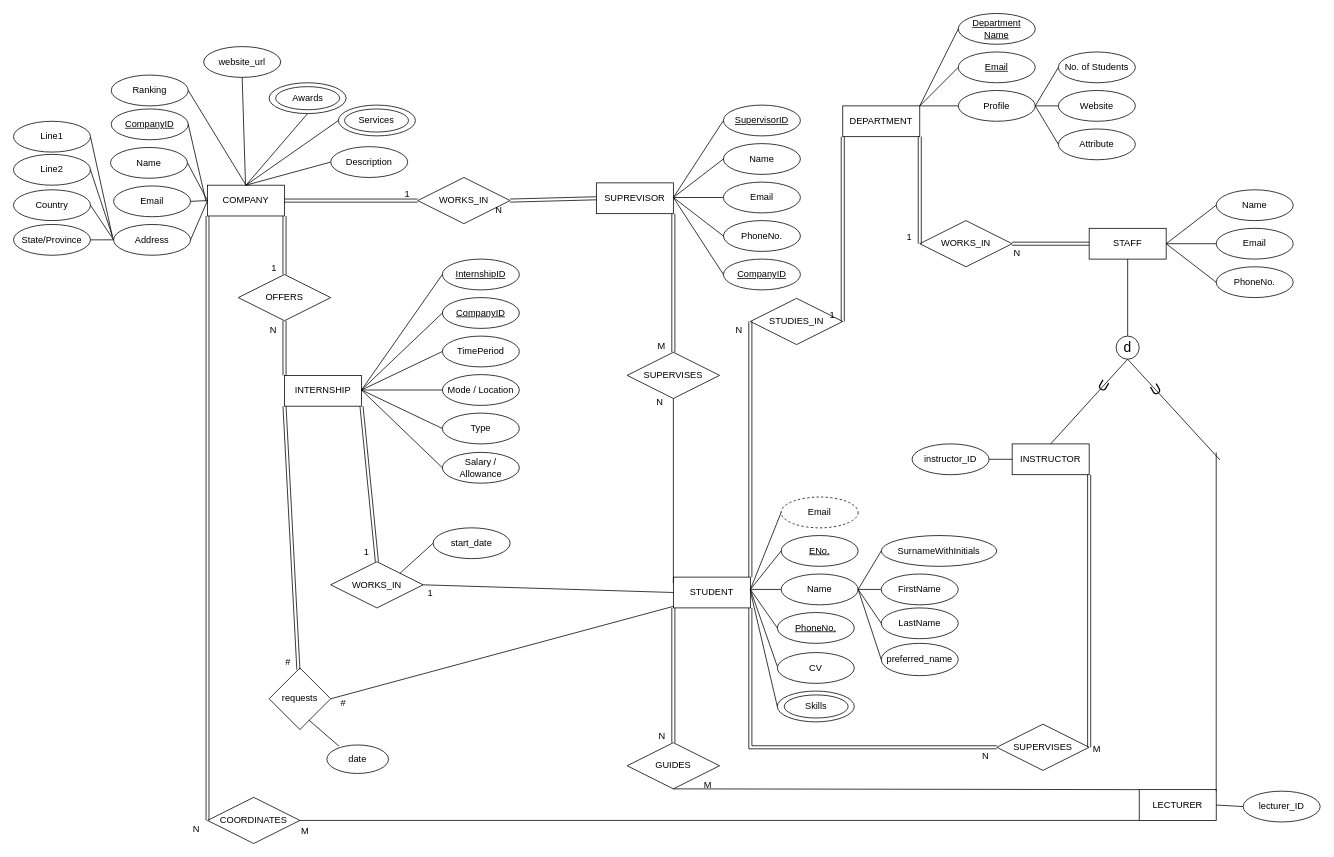
This is ER Diagram/ER_DIAGRAM2.drawio from ishanfdo18098/CO226-Database-Project, a draw.io file, before an edit. Source tidied: cells renumbered, new cells numbered last; positions are measured from the earlier drawing's top-left corner, leaving out a move shared by most shapes. Both pictures are drawn from the tidied source at 77%, with x=0, y=0 at pixel (13, 13).
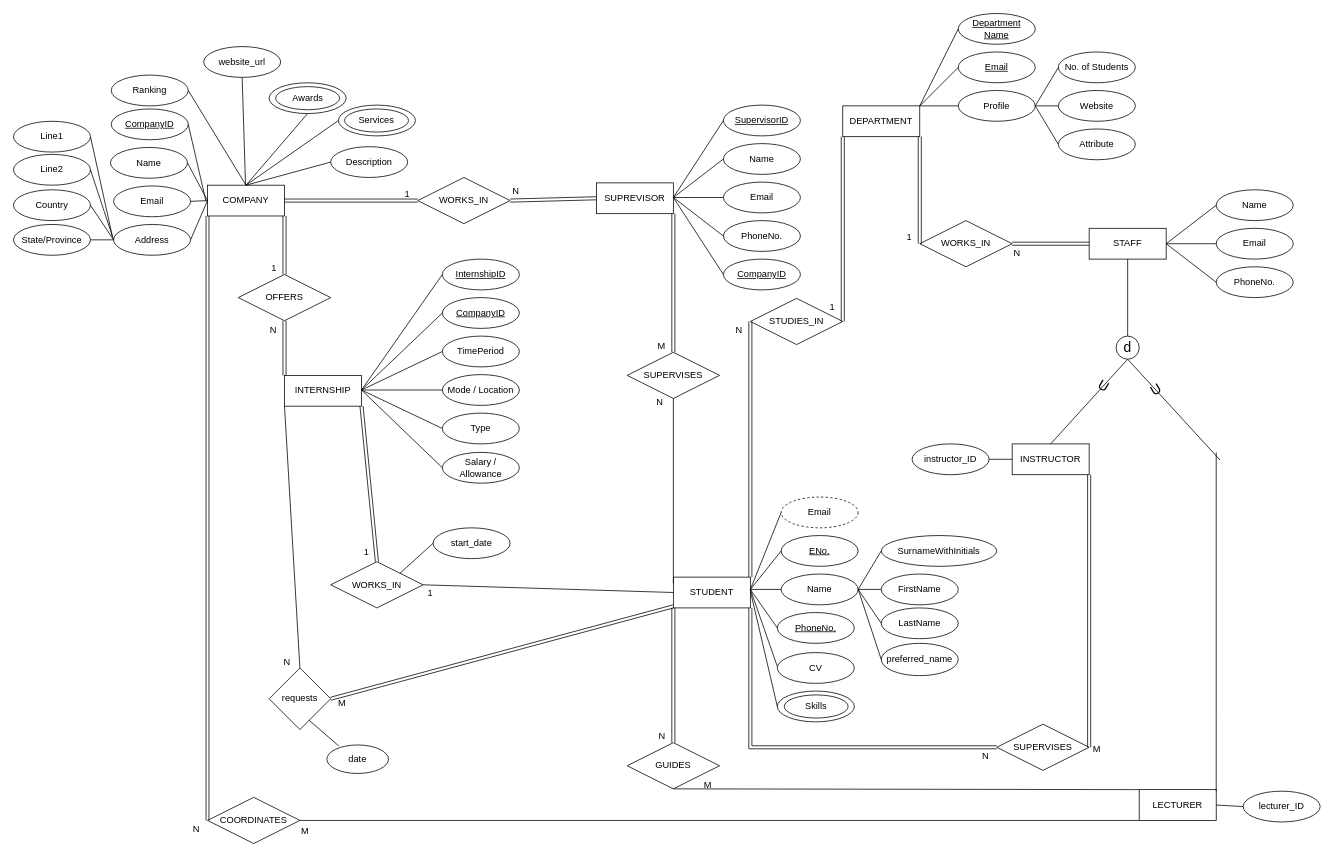
The same page after the edit.

The change refers to these unchanged cells:
```xml
<mxCell id="9" value="INTERNSHIP" style="whiteSpace=wrap;html=1;align=center;" parent="1" vertex="1">
  <mxGeometry x="352" y="470" width="100" height="40" as="geometry" />
</mxCell>
<mxCell id="18" style="shape=link;html=1;rounded=0;exitX=0;exitY=0.5;exitDx=0;exitDy=0;entryX=1;entryY=0.5;entryDx=0;entryDy=0;" parent="1" edge="1" source="3" target="15">
  <mxGeometry relative="1" as="geometry" />
</mxCell>
<mxCell id="27" style="shape=link;html=1;rounded=0;exitX=0;exitY=1;exitDx=0;exitDy=0;entryX=1;entryY=0.5;entryDx=0;entryDy=0;" parent="1" edge="1" source="6" target="26">
  <mxGeometry relative="1" as="geometry" />
</mxCell>
<mxCell id="137" value="requests" style="rhombus;whiteSpace=wrap;html=1;" parent="1" vertex="1">
  <mxGeometry x="332" y="850" width="80" height="80" as="geometry" />
</mxCell>
```

What changed in the source:
```diff
@@
     <mxCell id="19" value="N" style="html=1;align=right;verticalAlign=bottom;" parent="18" vertex="1">
       <mxGeometry x="1" relative="1" as="geometry">
-        <mxPoint x="-10" y="20" as="offset" />
+        <mxPoint x="12" y="-4" as="offset" />
       </mxGeometry>
     </mxCell>
@@
     <mxCell id="28" value="1" style="html=1;align=right;verticalAlign=bottom;" parent="27" vertex="1">
       <mxGeometry x="1" relative="1" as="geometry">
-        <mxPoint x="-10" as="offset" />
+        <mxPoint x="-10" y="-11" as="offset" />
       </mxGeometry>
     </mxCell>
@@
-    <mxCell id="51" value="#" style="html=1;align=right;verticalAlign=bottom;" parent="1" vertex="1">
+    <mxCell id="51" value="M" style="html=1;align=right;verticalAlign=bottom;" parent="1" vertex="1">
       <mxGeometry x="302" y="923" as="geometry">
         <mxPoint x="130" y="-19" as="offset" />
       </mxGeometry>
     </mxCell>
@@
-    <mxCell id="138" style="endArrow=none;html=1;rounded=0;shape=link;entryX=0;entryY=1;entryDx=0;entryDy=0;" parent="1" edge="1" source="137" target="9">
-      <mxGeometry relative="1" as="geometry" />
+    <mxCell id="138" style="endArrow=none;html=1;rounded=0;shape=link;exitX=1;exitY=0.5;exitDx=0;exitDy=0;" parent="1" edge="1" source="137">
+      <mxGeometry relative="1" as="geometry">
+        <mxPoint x="857" y="770" as="targetPoint" />
+      </mxGeometry>
     </mxCell>
@@
-    <mxCell id="154" style="endArrow=none;html=1;rounded=0;exitX=1;exitY=0.5;exitDx=0;exitDy=0;" parent="1" edge="1" source="137">
-      <mxGeometry relative="1" as="geometry">
-        <mxPoint x="857" y="770" as="targetPoint" />
-      </mxGeometry>
+    <mxCell id="154" style="endArrow=none;html=1;rounded=0;exitX=0.5;exitY=0;exitDx=0;exitDy=0;entryX=0;entryY=1;entryDx=0;entryDy=0;" parent="1" edge="1" source="137" target="9">
+      <mxGeometry relative="1" as="geometry" />
     </mxCell>
@@
-    <mxCell id="161" value="#" style="html=1;align=right;verticalAlign=bottom;" parent="1" vertex="1">
+    <mxCell id="161" value="N" style="html=1;align=right;verticalAlign=bottom;" parent="1" vertex="1">
       <mxGeometry x="230" y="870" as="geometry">
         <mxPoint x="130" y="-19" as="offset" />
       </mxGeometry>
     </mxCell>
```
